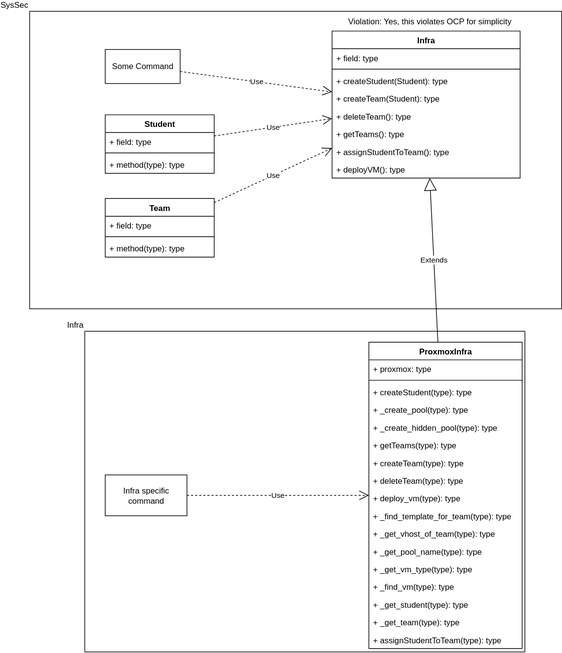
This is diagram.svg from BlakeTnr/UBNetDefOrchestrator, a draw.io export, as it was before one commit. Source tidied: cells renumbered, new cells last; positions are measured from the earlier drawing's top-left corner, leaving out a move shared by most shapes.
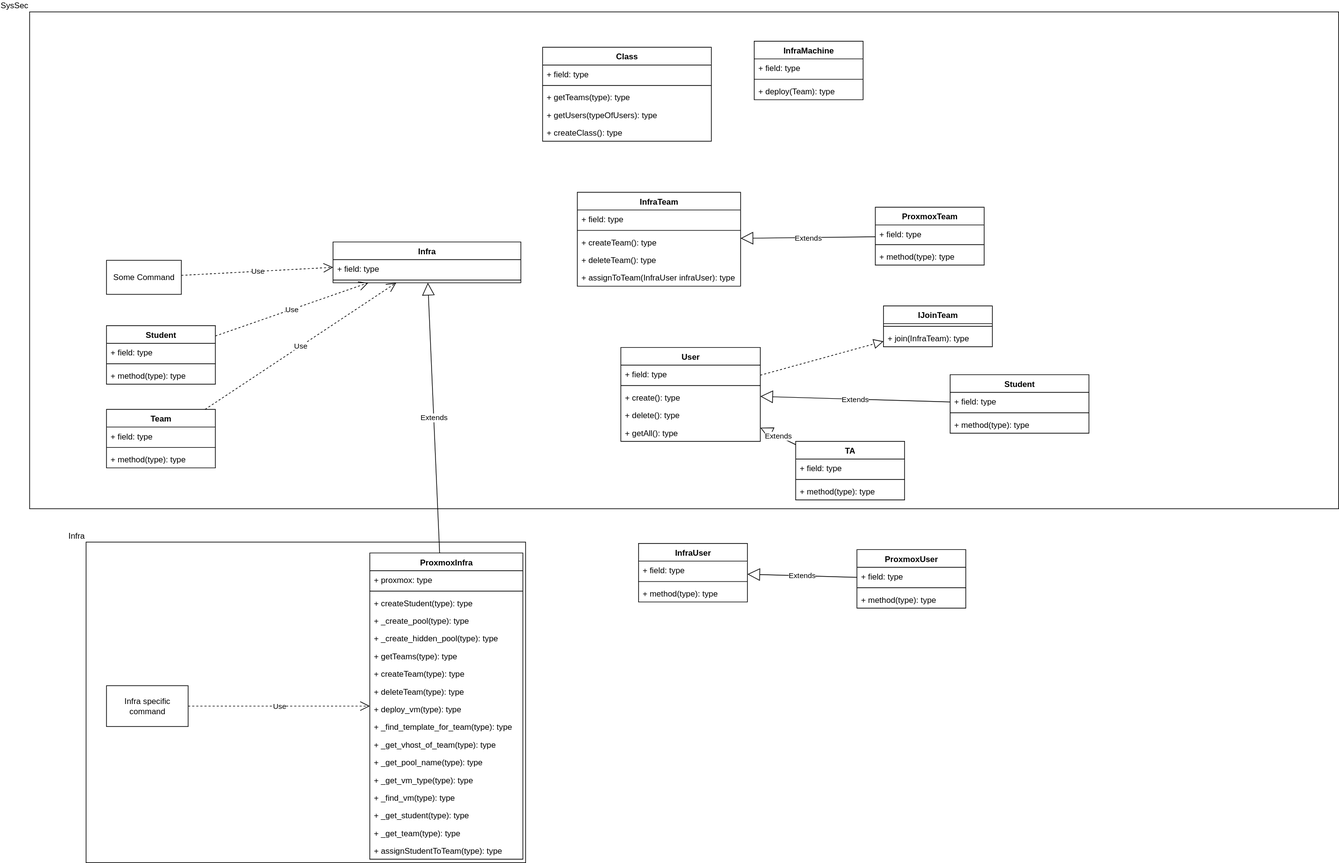
The same diagram one commit later.

Commit message:
Redoing entire diagram

Diff of the diagram source:
```diff
@@ -6,7 +6,7 @@
       <mxGeometry x="81" y="470" width="646" height="471" as="geometry" />
     </mxCell>
     <mxCell id="3" value="SysSec" style="rounded=0;whiteSpace=wrap;html=1;labelPosition=left;verticalLabelPosition=top;align=right;verticalAlign=bottom;" parent="1" vertex="1">
-      <mxGeometry width="781" height="437" as="geometry" />
+      <mxGeometry x="-2" y="-309" width="1924" height="730" as="geometry" />
     </mxCell>
     <mxCell id="4" value="ProxmoxInfra" style="swimlane;fontStyle=1;align=center;verticalAlign=top;horizontal=1;startSize=26;whiteSpace=wrap;html=1;" parent="1" vertex="1">
       <mxGeometry x="498" y="486" width="225" height="450" as="geometry" />
@@ -63,7 +63,7 @@
       <mxGeometry y="424" width="225" height="26" as="geometry" />
     </mxCell>
     <mxCell id="22" value="Infra" style="swimlane;fontStyle=1;align=center;verticalAlign=top;horizontal=1;startSize=26;whiteSpace=wrap;html=1;" parent="1" vertex="1">
-      <mxGeometry x="444" y="29" width="276" height="216" as="geometry" />
+      <mxGeometry x="444" y="29" width="276" height="60" as="geometry" />
     </mxCell>
     <mxCell id="23" value="+ field: type" style="text;strokeColor=none;fillColor=none;align=left;verticalAlign=top;spacingLeft=4;spacingRight=4;overflow=hidden;whiteSpace=wrap;html=1;" parent="22" vertex="1">
       <mxGeometry y="26" width="276" height="26" as="geometry" />
@@ -71,24 +71,6 @@
     <mxCell id="24" style="line;strokeWidth=1;fillColor=none;align=left;verticalAlign=middle;spacingTop=-1;spacingLeft=3;spacingRight=3;labelPosition=right;strokeColor=inherit;" parent="22" vertex="1">
       <mxGeometry y="52" width="276" height="8" as="geometry" />
     </mxCell>
-    <mxCell id="25" value="+ createStudent&lt;span style=&quot;background-color: transparent; color: light-dark(rgb(0, 0, 0), rgb(255, 255, 255));&quot;&gt;(Student): type&lt;/span&gt;" style="text;strokeColor=none;fillColor=none;align=left;verticalAlign=top;spacingLeft=4;spacingRight=4;overflow=hidden;whiteSpace=wrap;html=1;" parent="22" vertex="1">
-      <mxGeometry y="60" width="276" height="26" as="geometry" />
-    </mxCell>
-    <mxCell id="26" value="+ createTeam&lt;span style=&quot;background-color: transparent; color: light-dark(rgb(0, 0, 0), rgb(255, 255, 255));&quot;&gt;(Student): type&lt;/span&gt;" style="text;strokeColor=none;fillColor=none;align=left;verticalAlign=top;spacingLeft=4;spacingRight=4;overflow=hidden;whiteSpace=wrap;html=1;" parent="22" vertex="1">
-      <mxGeometry y="86" width="276" height="26" as="geometry" />
-    </mxCell>
-    <mxCell id="27" value="+ deleteTeam&lt;span style=&quot;background-color: transparent; color: light-dark(rgb(0, 0, 0), rgb(255, 255, 255));&quot;&gt;(): type&lt;/span&gt;" style="text;strokeColor=none;fillColor=none;align=left;verticalAlign=top;spacingLeft=4;spacingRight=4;overflow=hidden;whiteSpace=wrap;html=1;" parent="22" vertex="1">
-      <mxGeometry y="112" width="276" height="26" as="geometry" />
-    </mxCell>
-    <mxCell id="28" value="+ getTeams&lt;span style=&quot;background-color: transparent; color: light-dark(rgb(0, 0, 0), rgb(255, 255, 255));&quot;&gt;(): type&lt;/span&gt;" style="text;strokeColor=none;fillColor=none;align=left;verticalAlign=top;spacingLeft=4;spacingRight=4;overflow=hidden;whiteSpace=wrap;html=1;" parent="22" vertex="1">
-      <mxGeometry y="138" width="276" height="26" as="geometry" />
-    </mxCell>
-    <mxCell id="29" value="+ assignStudentToTeam&lt;span style=&quot;background-color: transparent; color: light-dark(rgb(0, 0, 0), rgb(255, 255, 255));&quot;&gt;(): type&lt;/span&gt;" style="text;strokeColor=none;fillColor=none;align=left;verticalAlign=top;spacingLeft=4;spacingRight=4;overflow=hidden;whiteSpace=wrap;html=1;" parent="22" vertex="1">
-      <mxGeometry y="164" width="276" height="26" as="geometry" />
-    </mxCell>
-    <mxCell id="30" value="+ deployVM&lt;span style=&quot;background-color: transparent; color: light-dark(rgb(0, 0, 0), rgb(255, 255, 255));&quot;&gt;(): type&lt;/span&gt;" style="text;strokeColor=none;fillColor=none;align=left;verticalAlign=top;spacingLeft=4;spacingRight=4;overflow=hidden;whiteSpace=wrap;html=1;" parent="22" vertex="1">
-      <mxGeometry y="190" width="276" height="26" as="geometry" />
-    </mxCell>
     <mxCell id="31" value="Some Command" style="html=1;whiteSpace=wrap;rounded=0;" parent="1" vertex="1">
       <mxGeometry x="111" y="56" width="110" height="50" as="geometry" />
     </mxCell>
@@ -131,11 +113,158 @@
     <mxCell id="44" value="Use" style="endArrow=open;endSize=12;dashed=1;html=1;rounded=0;" parent="1" edge="1" source="36" target="22">
       <mxGeometry relative="1" as="geometry" />
     </mxCell>
-    <mxCell id="45" value="Violation: Yes, this violates OCP for simplicity" style="text;html=1;align=center;verticalAlign=middle;whiteSpace=wrap;rounded=0;" parent="1" vertex="1">
-      <mxGeometry x="446" width="283" height="30" as="geometry" />
-    </mxCell>
     <mxCell id="46" value="Use" style="endArrow=open;endSize=12;dashed=1;html=1;rounded=0;" parent="1" edge="1" source="32" target="22">
       <mxGeometry relative="1" as="geometry" />
     </mxCell>
+    <mxCell id="47" value="InfraTeam" style="swimlane;fontStyle=1;align=center;verticalAlign=top;horizontal=1;startSize=26;whiteSpace=wrap;html=1;" parent="1" vertex="1">
+      <mxGeometry x="803" y="-44" width="240" height="138" as="geometry" />
+    </mxCell>
+    <mxCell id="48" value="+ field: type" style="text;strokeColor=none;fillColor=none;align=left;verticalAlign=top;spacingLeft=4;spacingRight=4;overflow=hidden;whiteSpace=wrap;html=1;" parent="47" vertex="1">
+      <mxGeometry y="26" width="240" height="26" as="geometry" />
+    </mxCell>
+    <mxCell id="49" style="line;strokeWidth=1;fillColor=none;align=left;verticalAlign=middle;spacingTop=-1;spacingLeft=3;spacingRight=3;labelPosition=right;strokeColor=inherit;" parent="47" vertex="1">
+      <mxGeometry y="52" width="240" height="8" as="geometry" />
+    </mxCell>
+    <mxCell id="26" value="+ createTeam&lt;span style=&quot;background-color: transparent; color: light-dark(rgb(0, 0, 0), rgb(255, 255, 255));&quot;&gt;(): type&lt;/span&gt;" style="text;strokeColor=none;fillColor=none;align=left;verticalAlign=top;spacingLeft=4;spacingRight=4;overflow=hidden;whiteSpace=wrap;html=1;" parent="47" vertex="1">
+      <mxGeometry y="60" width="240" height="26" as="geometry" />
+    </mxCell>
+    <mxCell id="27" value="+ deleteTeam&lt;span style=&quot;background-color: transparent; color: light-dark(rgb(0, 0, 0), rgb(255, 255, 255));&quot;&gt;(): type&lt;/span&gt;" style="text;strokeColor=none;fillColor=none;align=left;verticalAlign=top;spacingLeft=4;spacingRight=4;overflow=hidden;whiteSpace=wrap;html=1;" parent="47" vertex="1">
+      <mxGeometry y="86" width="240" height="26" as="geometry" />
+    </mxCell>
+    <mxCell id="29" value="+ assignToTeam&lt;span style=&quot;background-color: transparent; color: light-dark(rgb(0, 0, 0), rgb(255, 255, 255));&quot;&gt;(InfraUser infraUser): type&lt;/span&gt;" style="text;strokeColor=none;fillColor=none;align=left;verticalAlign=top;spacingLeft=4;spacingRight=4;overflow=hidden;whiteSpace=wrap;html=1;" parent="47" vertex="1">
+      <mxGeometry y="112" width="240" height="26" as="geometry" />
+    </mxCell>
+    <mxCell id="50" value="User" style="swimlane;fontStyle=1;align=center;verticalAlign=top;horizontal=1;startSize=26;whiteSpace=wrap;html=1;" parent="1" vertex="1">
+      <mxGeometry x="867" y="184" width="205" height="138" as="geometry" />
+    </mxCell>
+    <mxCell id="51" value="+ field: type" style="text;strokeColor=none;fillColor=none;align=left;verticalAlign=top;spacingLeft=4;spacingRight=4;overflow=hidden;whiteSpace=wrap;html=1;" parent="50" vertex="1">
+      <mxGeometry y="26" width="205" height="26" as="geometry" />
+    </mxCell>
+    <mxCell id="52" style="line;strokeWidth=1;fillColor=none;align=left;verticalAlign=middle;spacingTop=-1;spacingLeft=3;spacingRight=3;labelPosition=right;strokeColor=inherit;" parent="50" vertex="1">
+      <mxGeometry y="52" width="205" height="8" as="geometry" />
+    </mxCell>
+    <mxCell id="53" value="+ create&lt;span style=&quot;background-color: transparent; color: light-dark(rgb(0, 0, 0), rgb(255, 255, 255));&quot;&gt;(): type&lt;/span&gt;" style="text;strokeColor=none;fillColor=none;align=left;verticalAlign=top;spacingLeft=4;spacingRight=4;overflow=hidden;whiteSpace=wrap;html=1;" parent="50" vertex="1">
+      <mxGeometry y="60" width="205" height="26" as="geometry" />
+    </mxCell>
+    <mxCell id="54" value="+ delete&lt;span style=&quot;background-color: transparent; color: light-dark(rgb(0, 0, 0), rgb(255, 255, 255));&quot;&gt;(): type&lt;/span&gt;" style="text;strokeColor=none;fillColor=none;align=left;verticalAlign=top;spacingLeft=4;spacingRight=4;overflow=hidden;whiteSpace=wrap;html=1;" parent="50" vertex="1">
+      <mxGeometry y="86" width="205" height="26" as="geometry" />
+    </mxCell>
+    <mxCell id="55" value="+ getAll&lt;span style=&quot;background-color: transparent; color: light-dark(rgb(0, 0, 0), rgb(255, 255, 255));&quot;&gt;(): type&lt;/span&gt;" style="text;strokeColor=none;fillColor=none;align=left;verticalAlign=top;spacingLeft=4;spacingRight=4;overflow=hidden;whiteSpace=wrap;html=1;" parent="50" vertex="1">
+      <mxGeometry y="112" width="205" height="26" as="geometry" />
+    </mxCell>
+    <mxCell id="56" value="InfraMachine" style="swimlane;fontStyle=1;align=center;verticalAlign=top;horizontal=1;startSize=26;whiteSpace=wrap;html=1;" parent="1" vertex="1">
+      <mxGeometry x="1063" y="-266" width="160" height="86" as="geometry" />
+    </mxCell>
+    <mxCell id="57" value="+ field: type" style="text;strokeColor=none;fillColor=none;align=left;verticalAlign=top;spacingLeft=4;spacingRight=4;overflow=hidden;whiteSpace=wrap;html=1;" parent="56" vertex="1">
+      <mxGeometry y="26" width="160" height="26" as="geometry" />
+    </mxCell>
+    <mxCell id="58" style="line;strokeWidth=1;fillColor=none;align=left;verticalAlign=middle;spacingTop=-1;spacingLeft=3;spacingRight=3;labelPosition=right;strokeColor=inherit;" parent="56" vertex="1">
+      <mxGeometry y="52" width="160" height="8" as="geometry" />
+    </mxCell>
+    <mxCell id="59" value="+ deploy(Team): type" style="text;strokeColor=none;fillColor=none;align=left;verticalAlign=top;spacingLeft=4;spacingRight=4;overflow=hidden;whiteSpace=wrap;html=1;" parent="56" vertex="1">
+      <mxGeometry y="60" width="160" height="26" as="geometry" />
+    </mxCell>
+    <mxCell id="60" value="Student" style="swimlane;fontStyle=1;align=center;verticalAlign=top;horizontal=1;startSize=26;whiteSpace=wrap;html=1;" parent="1" vertex="1">
+      <mxGeometry x="1351" y="224" width="204" height="86" as="geometry" />
+    </mxCell>
+    <mxCell id="61" value="+ field: type" style="text;strokeColor=none;fillColor=none;align=left;verticalAlign=top;spacingLeft=4;spacingRight=4;overflow=hidden;whiteSpace=wrap;html=1;" parent="60" vertex="1">
+      <mxGeometry y="26" width="204" height="26" as="geometry" />
+    </mxCell>
+    <mxCell id="62" style="line;strokeWidth=1;fillColor=none;align=left;verticalAlign=middle;spacingTop=-1;spacingLeft=3;spacingRight=3;labelPosition=right;strokeColor=inherit;" parent="60" vertex="1">
+      <mxGeometry y="52" width="204" height="8" as="geometry" />
+    </mxCell>
+    <mxCell id="63" value="+ method(type): type" style="text;strokeColor=none;fillColor=none;align=left;verticalAlign=top;spacingLeft=4;spacingRight=4;overflow=hidden;whiteSpace=wrap;html=1;" parent="60" vertex="1">
+      <mxGeometry y="60" width="204" height="26" as="geometry" />
+    </mxCell>
+    <mxCell id="64" value="TA" style="swimlane;fontStyle=1;align=center;verticalAlign=top;horizontal=1;startSize=26;whiteSpace=wrap;html=1;" parent="1" vertex="1">
+      <mxGeometry x="1124" y="322" width="160" height="86" as="geometry" />
+    </mxCell>
+    <mxCell id="65" value="+ field: type" style="text;strokeColor=none;fillColor=none;align=left;verticalAlign=top;spacingLeft=4;spacingRight=4;overflow=hidden;whiteSpace=wrap;html=1;" parent="64" vertex="1">
+      <mxGeometry y="26" width="160" height="26" as="geometry" />
+    </mxCell>
+    <mxCell id="66" style="line;strokeWidth=1;fillColor=none;align=left;verticalAlign=middle;spacingTop=-1;spacingLeft=3;spacingRight=3;labelPosition=right;strokeColor=inherit;" parent="64" vertex="1">
+      <mxGeometry y="52" width="160" height="8" as="geometry" />
+    </mxCell>
+    <mxCell id="67" value="+ method(type): type" style="text;strokeColor=none;fillColor=none;align=left;verticalAlign=top;spacingLeft=4;spacingRight=4;overflow=hidden;whiteSpace=wrap;html=1;" parent="64" vertex="1">
+      <mxGeometry y="60" width="160" height="26" as="geometry" />
+    </mxCell>
+    <mxCell id="68" value="Class" style="swimlane;fontStyle=1;align=center;verticalAlign=top;horizontal=1;startSize=26;whiteSpace=wrap;html=1;" parent="1" vertex="1">
+      <mxGeometry x="752" y="-257" width="248" height="138" as="geometry" />
+    </mxCell>
+    <mxCell id="69" value="+ field: type" style="text;strokeColor=none;fillColor=none;align=left;verticalAlign=top;spacingLeft=4;spacingRight=4;overflow=hidden;whiteSpace=wrap;html=1;" parent="68" vertex="1">
+      <mxGeometry y="26" width="248" height="26" as="geometry" />
+    </mxCell>
+    <mxCell id="70" style="line;strokeWidth=1;fillColor=none;align=left;verticalAlign=middle;spacingTop=-1;spacingLeft=3;spacingRight=3;labelPosition=right;strokeColor=inherit;" parent="68" vertex="1">
+      <mxGeometry y="52" width="248" height="8" as="geometry" />
+    </mxCell>
+    <mxCell id="71" value="+ getTeams(type): type" style="text;strokeColor=none;fillColor=none;align=left;verticalAlign=top;spacingLeft=4;spacingRight=4;overflow=hidden;whiteSpace=wrap;html=1;" parent="68" vertex="1">
+      <mxGeometry y="60" width="248" height="26" as="geometry" />
+    </mxCell>
+    <mxCell id="72" value="+ getUsers(typeOfUsers): type" style="text;strokeColor=none;fillColor=none;align=left;verticalAlign=top;spacingLeft=4;spacingRight=4;overflow=hidden;whiteSpace=wrap;html=1;" parent="68" vertex="1">
+      <mxGeometry y="86" width="248" height="26" as="geometry" />
+    </mxCell>
+    <mxCell id="30" value="+ createClass&lt;span style=&quot;background-color: transparent; color: light-dark(rgb(0, 0, 0), rgb(255, 255, 255));&quot;&gt;(): type&lt;/span&gt;" style="text;strokeColor=none;fillColor=none;align=left;verticalAlign=top;spacingLeft=4;spacingRight=4;overflow=hidden;whiteSpace=wrap;html=1;" parent="68" vertex="1">
+      <mxGeometry y="112" width="248" height="26" as="geometry" />
+    </mxCell>
+    <mxCell id="73" value="Extends" style="endArrow=block;endSize=16;endFill=0;html=1;rounded=0;" parent="1" edge="1" source="60" target="50">
+      <mxGeometry relative="1" as="geometry" />
+    </mxCell>
+    <mxCell id="74" value="Extends" style="endArrow=block;endSize=16;endFill=0;html=1;rounded=0;" parent="1" edge="1" source="64" target="50">
+      <mxGeometry relative="1" as="geometry" />
+    </mxCell>
+    <mxCell id="75" value="ProxmoxTeam" style="swimlane;fontStyle=1;align=center;verticalAlign=top;horizontal=1;startSize=26;whiteSpace=wrap;html=1;" parent="1" vertex="1">
+      <mxGeometry x="1241" y="-22" width="160" height="85" as="geometry" />
+    </mxCell>
+    <mxCell id="76" value="+ field: type" style="text;strokeColor=none;fillColor=none;align=left;verticalAlign=top;spacingLeft=4;spacingRight=4;overflow=hidden;whiteSpace=wrap;html=1;" parent="75" vertex="1">
+      <mxGeometry y="26" width="160" height="25" as="geometry" />
+    </mxCell>
+    <mxCell id="77" style="line;strokeWidth=1;fillColor=none;align=left;verticalAlign=middle;spacingTop=-1;spacingLeft=3;spacingRight=3;labelPosition=right;strokeColor=inherit;" parent="75" vertex="1">
+      <mxGeometry y="51" width="160" height="8" as="geometry" />
+    </mxCell>
+    <mxCell id="78" value="+ method(type): type" style="text;strokeColor=none;fillColor=none;align=left;verticalAlign=top;spacingLeft=4;spacingRight=4;overflow=hidden;whiteSpace=wrap;html=1;" parent="75" vertex="1">
+      <mxGeometry y="59" width="160" height="26" as="geometry" />
+    </mxCell>
+    <mxCell id="79" value="Extends" style="endArrow=block;endSize=16;endFill=0;html=1;rounded=0;" parent="1" edge="1" source="75" target="47">
+      <mxGeometry relative="1" as="geometry" />
+    </mxCell>
+    <mxCell id="80" style="endArrow=block;dashed=1;endFill=0;endSize=12;html=1;rounded=0;" parent="1" edge="1" source="50" target="81">
+      <mxGeometry relative="1" as="geometry" />
+    </mxCell>
+    <mxCell id="81" value="IJoinTeam" style="swimlane;fontStyle=1;align=center;verticalAlign=top;horizontal=1;startSize=26;whiteSpace=wrap;html=1;" parent="1" vertex="1">
+      <mxGeometry x="1253" y="123" width="160" height="60" as="geometry" />
+    </mxCell>
+    <mxCell id="82" style="line;strokeWidth=1;fillColor=none;align=left;verticalAlign=middle;spacingTop=-1;spacingLeft=3;spacingRight=3;labelPosition=right;strokeColor=inherit;" parent="81" vertex="1">
+      <mxGeometry y="26" width="160" height="8" as="geometry" />
+    </mxCell>
+    <mxCell id="83" value="+ join(InfraTeam): type" style="text;strokeColor=none;fillColor=none;align=left;verticalAlign=top;spacingLeft=4;spacingRight=4;overflow=hidden;whiteSpace=wrap;html=1;" parent="81" vertex="1">
+      <mxGeometry y="34" width="160" height="26" as="geometry" />
+    </mxCell>
+    <mxCell id="84" value="InfraUser" style="swimlane;fontStyle=1;align=center;verticalAlign=top;horizontal=1;startSize=26;whiteSpace=wrap;html=1;" parent="1" vertex="1">
+      <mxGeometry x="893" y="472" width="160" height="86" as="geometry" />
+    </mxCell>
+    <mxCell id="85" value="+ field: type" style="text;strokeColor=none;fillColor=none;align=left;verticalAlign=top;spacingLeft=4;spacingRight=4;overflow=hidden;whiteSpace=wrap;html=1;" parent="84" vertex="1">
+      <mxGeometry y="26" width="160" height="26" as="geometry" />
+    </mxCell>
+    <mxCell id="86" style="line;strokeWidth=1;fillColor=none;align=left;verticalAlign=middle;spacingTop=-1;spacingLeft=3;spacingRight=3;labelPosition=right;strokeColor=inherit;" parent="84" vertex="1">
+      <mxGeometry y="52" width="160" height="8" as="geometry" />
+    </mxCell>
+    <mxCell id="87" value="+ method(type): type" style="text;strokeColor=none;fillColor=none;align=left;verticalAlign=top;spacingLeft=4;spacingRight=4;overflow=hidden;whiteSpace=wrap;html=1;" parent="84" vertex="1">
+      <mxGeometry y="60" width="160" height="26" as="geometry" />
+    </mxCell>
+    <mxCell id="88" value="ProxmoxUser" style="swimlane;fontStyle=1;align=center;verticalAlign=top;horizontal=1;startSize=26;whiteSpace=wrap;html=1;" parent="1" vertex="1">
+      <mxGeometry x="1214" y="481" width="160" height="86" as="geometry" />
+    </mxCell>
+    <mxCell id="89" value="+ field: type" style="text;strokeColor=none;fillColor=none;align=left;verticalAlign=top;spacingLeft=4;spacingRight=4;overflow=hidden;whiteSpace=wrap;html=1;" parent="88" vertex="1">
+      <mxGeometry y="26" width="160" height="26" as="geometry" />
+    </mxCell>
+    <mxCell id="90" style="line;strokeWidth=1;fillColor=none;align=left;verticalAlign=middle;spacingTop=-1;spacingLeft=3;spacingRight=3;labelPosition=right;strokeColor=inherit;" parent="88" vertex="1">
+      <mxGeometry y="52" width="160" height="8" as="geometry" />
+    </mxCell>
+    <mxCell id="91" value="+ method(type): type" style="text;strokeColor=none;fillColor=none;align=left;verticalAlign=top;spacingLeft=4;spacingRight=4;overflow=hidden;whiteSpace=wrap;html=1;" parent="88" vertex="1">
+      <mxGeometry y="60" width="160" height="26" as="geometry" />
+    </mxCell>
+    <mxCell id="92" value="Extends" style="endArrow=block;endSize=16;endFill=0;html=1;rounded=0;" parent="1" edge="1" source="88" target="84">
+      <mxGeometry relative="1" as="geometry" />
+    </mxCell>
   </root>
 </mxGraphModel>
```
